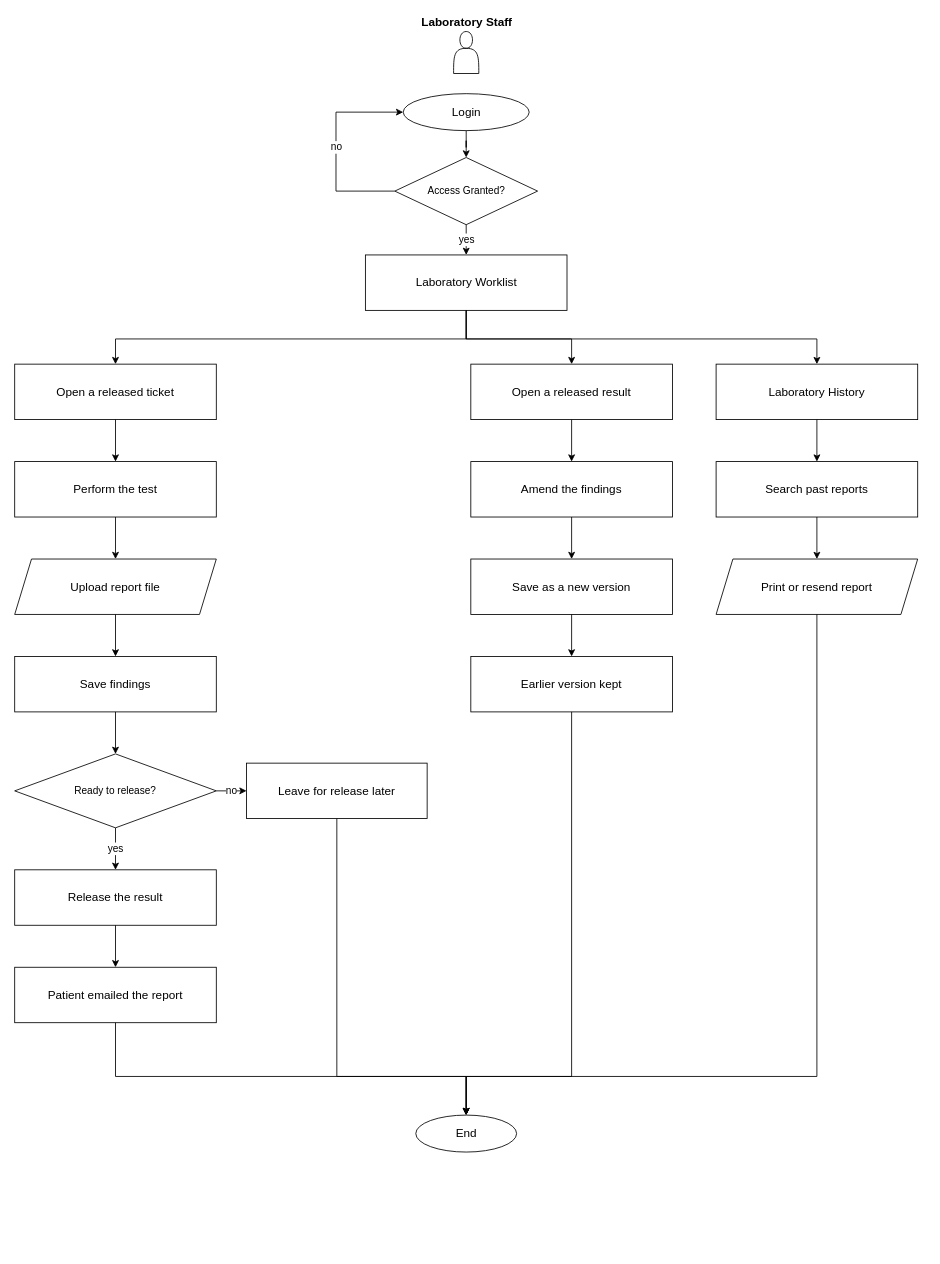
Before: page "Laboratory" (5 of 8) of docs/diagrams/flowcharts.drawio in Diazzzz-cpu/Enlogada-Clinic-Management-System, a draw.io diagram. Source tidied: cells renumbered, new cells numbered last; positions are measured from the earlier drawing's top-left corner, leaving out a move shared by most shapes. Both pictures are drawn from the tidied source at 84%, with x=0, y=0 at pixel (14, 31).
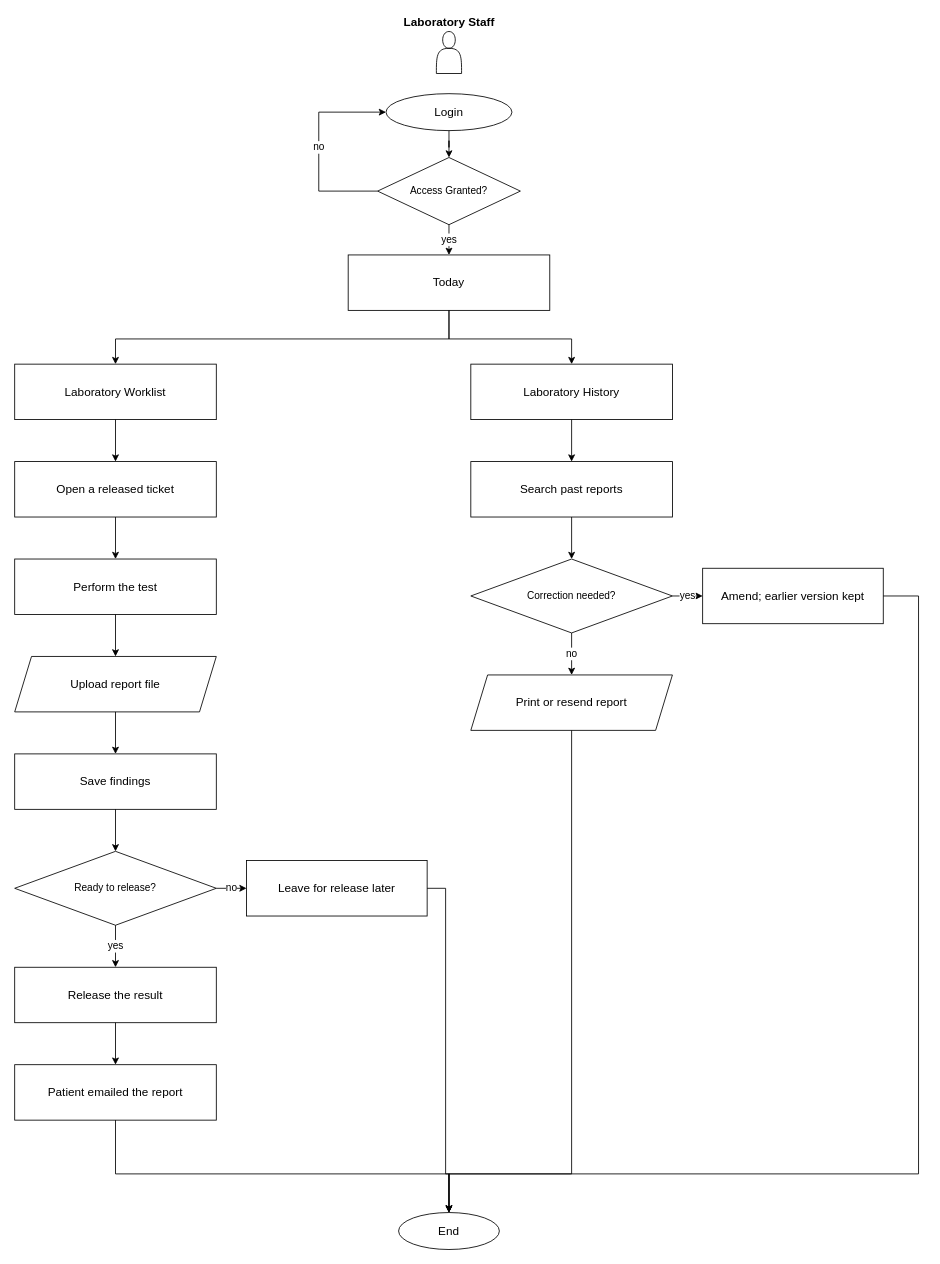
After the change.

Change to the diagram source:
```diff
@@
     <mxCell id="2" value="Laboratory Staff" style="shape=actor;fillColor=none;strokeColor=#000000;html=1;verticalLabelPosition=top;verticalAlign=bottom;fontFamily=Helvetica;fontSize=14;fontColor=#000000;fontStyle=1;" parent="1" vertex="1">
-      <mxGeometry x="522.5" width="30" height="50" as="geometry" />
+      <mxGeometry x="502" width="30" height="50" as="geometry" />
     </mxCell>
     <mxCell id="3" value="Login" style="ellipse;whiteSpace=wrap;html=1;fontFamily=Helvetica;fontSize=14;fontColor=#000000;strokeColor=#000000;" parent="1" vertex="1">
-      <mxGeometry x="462.5" y="74" width="150" height="44" as="geometry" />
+      <mxGeometry x="442" y="74" width="150" height="44" as="geometry" />
     </mxCell>
     <mxCell id="4" value="Access Granted?" style="rhombus;whiteSpace=wrap;html=1;fontFamily=Helvetica;fontSize=12;fontColor=#000000;strokeColor=#000000;" parent="1" vertex="1">
-      <mxGeometry x="452.5" y="150" width="170" height="80" as="geometry" />
+      <mxGeometry x="432" y="150" width="170" height="80" as="geometry" />
     </mxCell>
-    <mxCell id="5" value="Laboratory Worklist" style="rounded=0;whiteSpace=wrap;html=1;fontFamily=Helvetica;fontSize=14;fontColor=#000000;strokeColor=#000000;" parent="1" vertex="1">
-      <mxGeometry x="417.5" y="266" width="240" height="66" as="geometry" />
+    <mxCell id="5" value="Today" style="rounded=0;whiteSpace=wrap;html=1;fontFamily=Helvetica;fontSize=14;fontColor=#000000;strokeColor=#000000;" parent="1" vertex="1">
+      <mxGeometry x="397" y="266" width="240" height="66" as="geometry" />
     </mxCell>
@@
     <mxCell id="8" value="no" style="edgeStyle=orthogonalEdgeStyle;rounded=0;html=1;jettySize=auto;fontFamily=Helvetica;fontSize=12;fontColor=#000000;strokeColor=#000000;exitX=0;exitY=0.5;exitDx=0;exitDy=0;entryX=0;entryY=0.5;entryDx=0;entryDy=0;" parent="1" edge="1" source="4" target="3">
       <mxGeometry relative="1" as="geometry">
         <Array as="points">
-          <mxPoint x="382.5" y="190" />
-          <mxPoint x="382.5" y="96" />
+          <mxPoint x="362" y="190" />
+          <mxPoint x="362" y="96" />
         </Array>
       </mxGeometry>
     </mxCell>
-    <mxCell id="9" value="Open a released ticket" style="rounded=0;whiteSpace=wrap;html=1;fontFamily=Helvetica;fontSize=14;fontColor=#000000;strokeColor=#000000;" parent="1" vertex="1">
+    <mxCell id="9" value="Laboratory Worklist" style="rounded=0;whiteSpace=wrap;html=1;fontFamily=Helvetica;fontSize=14;fontColor=#000000;strokeColor=#000000;" parent="1" vertex="1">
       <mxGeometry y="396" width="240" height="66" as="geometry" />
     </mxCell>
-    <mxCell id="10" value="Perform the test" style="rounded=0;whiteSpace=wrap;html=1;fontFamily=Helvetica;fontSize=14;fontColor=#000000;strokeColor=#000000;" parent="1" vertex="1">
+    <mxCell id="10" value="Open a released ticket" style="rounded=0;whiteSpace=wrap;html=1;fontFamily=Helvetica;fontSize=14;fontColor=#000000;strokeColor=#000000;" parent="1" vertex="1">
       <mxGeometry y="512" width="240" height="66" as="geometry" />
     </mxCell>
-    <mxCell id="11" value="Upload report file" style="shape=parallelogram;perimeter=parallelogramPerimeter;whiteSpace=wrap;html=1;fixedSize=1;fontFamily=Helvetica;fontSize=14;fontColor=#000000;strokeColor=#000000;" parent="1" vertex="1">
+    <mxCell id="11" value="Perform the test" style="rounded=0;whiteSpace=wrap;html=1;fontFamily=Helvetica;fontSize=14;fontColor=#000000;strokeColor=#000000;" parent="1" vertex="1">
       <mxGeometry y="628" width="240" height="66" as="geometry" />
     </mxCell>
-    <mxCell id="12" value="Save findings" style="rounded=0;whiteSpace=wrap;html=1;fontFamily=Helvetica;fontSize=14;fontColor=#000000;strokeColor=#000000;" parent="1" vertex="1">
+    <mxCell id="12" value="Upload report file" style="shape=parallelogram;perimeter=parallelogramPerimeter;whiteSpace=wrap;html=1;fixedSize=1;fontFamily=Helvetica;fontSize=14;fontColor=#000000;strokeColor=#000000;" parent="1" vertex="1">
       <mxGeometry y="744" width="240" height="66" as="geometry" />
     </mxCell>
-    <mxCell id="13" value="Ready to release?" style="rhombus;whiteSpace=wrap;html=1;fontFamily=Helvetica;fontSize=12;fontColor=#000000;strokeColor=#000000;" parent="1" vertex="1">
-      <mxGeometry y="860" width="240" height="88" as="geometry" />
+    <mxCell id="13" value="Save findings" style="rounded=0;whiteSpace=wrap;html=1;fontFamily=Helvetica;fontSize=14;fontColor=#000000;strokeColor=#000000;" parent="1" vertex="1">
+      <mxGeometry y="860" width="240" height="66" as="geometry" />
     </mxCell>
-    <mxCell id="14" value="Release the result" style="rounded=0;whiteSpace=wrap;html=1;fontFamily=Helvetica;fontSize=14;fontColor=#000000;strokeColor=#000000;" parent="1" vertex="1">
-      <mxGeometry y="998" width="240" height="66" as="geometry" />
+    <mxCell id="14" value="Ready to release?" style="rhombus;whiteSpace=wrap;html=1;fontFamily=Helvetica;fontSize=12;fontColor=#000000;strokeColor=#000000;" parent="1" vertex="1">
+      <mxGeometry y="976" width="240" height="88" as="geometry" />
     </mxCell>
-    <mxCell id="15" value="Patient emailed the report" style="rounded=0;whiteSpace=wrap;html=1;fontFamily=Helvetica;fontSize=14;fontColor=#000000;strokeColor=#000000;" parent="1" vertex="1">
+    <mxCell id="15" value="Release the result" style="rounded=0;whiteSpace=wrap;html=1;fontFamily=Helvetica;fontSize=14;fontColor=#000000;strokeColor=#000000;" parent="1" vertex="1">
       <mxGeometry y="1114" width="240" height="66" as="geometry" />
     </mxCell>
-    <mxCell id="16" style="edgeStyle=orthogonalEdgeStyle;rounded=0;html=1;jettySize=auto;fontFamily=Helvetica;fontSize=12;fontColor=#000000;strokeColor=#000000;exitX=0.5;exitY=1;exitDx=0;exitDy=0;entryX=0.5;entryY=0;entryDx=0;entryDy=0;" parent="1" edge="1" source="5" target="9">
-      <mxGeometry relative="1" as="geometry">
-        <Array as="points">
-          <mxPoint x="537.5" y="366" />
-          <mxPoint x="120" y="366" />
-        </Array>
-      </mxGeometry>
-    </mxCell>
+    <mxCell id="44" value="Patient emailed the report" style="rounded=0;whiteSpace=wrap;html=1;fontFamily=Helvetica;fontSize=14;fontColor=#000000;strokeColor=#000000;" parent="1" vertex="1">
+      <mxGeometry y="1230" width="240" height="66" as="geometry" />
+    </mxCell>
-    <mxCell id="17" style="edgeStyle=orthogonalEdgeStyle;rounded=0;html=1;jettySize=auto;fontFamily=Helvetica;fontSize=12;fontColor=#000000;strokeColor=#000000;" parent="1" edge="1" source="9" target="10">
-      <mxGeometry relative="1" as="geometry" />
+    <mxCell id="17" style="edgeStyle=orthogonalEdgeStyle;rounded=0;html=1;jettySize=auto;fontFamily=Helvetica;fontSize=12;fontColor=#000000;strokeColor=#000000;exitX=0.5;exitY=1;exitDx=0;exitDy=0;entryX=0.5;entryY=0;entryDx=0;entryDy=0;" parent="1" edge="1" source="5" target="9">
+      <mxGeometry relative="1" as="geometry">
+        <Array as="points">
+          <mxPoint x="517" y="366" />
+          <mxPoint x="120" y="366" />
+        </Array>
+      </mxGeometry>
     </mxCell>
-    <mxCell id="18" style="edgeStyle=orthogonalEdgeStyle;rounded=0;html=1;jettySize=auto;fontFamily=Helvetica;fontSize=12;fontColor=#000000;strokeColor=#000000;" parent="1" edge="1" source="10" target="11">
+    <mxCell id="18" style="edgeStyle=orthogonalEdgeStyle;rounded=0;html=1;jettySize=auto;fontFamily=Helvetica;fontSize=12;fontColor=#000000;strokeColor=#000000;" parent="1" edge="1" source="9" target="10">
       <mxGeometry relative="1" as="geometry" />
     </mxCell>
-    <mxCell id="19" style="edgeStyle=orthogonalEdgeStyle;rounded=0;html=1;jettySize=auto;fontFamily=Helvetica;fontSize=12;fontColor=#000000;strokeColor=#000000;" parent="1" edge="1" source="11" target="12">
+    <mxCell id="19" style="edgeStyle=orthogonalEdgeStyle;rounded=0;html=1;jettySize=auto;fontFamily=Helvetica;fontSize=12;fontColor=#000000;strokeColor=#000000;" parent="1" edge="1" source="10" target="11">
       <mxGeometry relative="1" as="geometry" />
     </mxCell>
-    <mxCell id="20" style="edgeStyle=orthogonalEdgeStyle;rounded=0;html=1;jettySize=auto;fontFamily=Helvetica;fontSize=12;fontColor=#000000;strokeColor=#000000;" parent="1" edge="1" source="12" target="13">
+    <mxCell id="20" style="edgeStyle=orthogonalEdgeStyle;rounded=0;html=1;jettySize=auto;fontFamily=Helvetica;fontSize=12;fontColor=#000000;strokeColor=#000000;" parent="1" edge="1" source="11" target="12">
       <mxGeometry relative="1" as="geometry" />
     </mxCell>
+    <mxCell id="45" style="edgeStyle=orthogonalEdgeStyle;rounded=0;html=1;jettySize=auto;fontFamily=Helvetica;fontSize=12;fontColor=#000000;strokeColor=#000000;" parent="1" edge="1" source="12" target="13">
+      <mxGeometry relative="1" as="geometry" />
+    </mxCell>
+    <mxCell id="22" style="edgeStyle=orthogonalEdgeStyle;rounded=0;html=1;jettySize=auto;fontFamily=Helvetica;fontSize=12;fontColor=#000000;strokeColor=#000000;" parent="1" edge="1" source="13" target="14">
+      <mxGeometry relative="1" as="geometry" />
+    </mxCell>
     <mxCell id="21" value="Leave for release later" style="rounded=0;whiteSpace=wrap;html=1;fontFamily=Helvetica;fontSize=14;fontColor=#000000;strokeColor=#000000;" parent="1" vertex="1">
-      <mxGeometry x="276" y="871" width="215" height="66" as="geometry" />
+      <mxGeometry x="276" y="987" width="215" height="66" as="geometry" />
     </mxCell>
-    <mxCell id="22" value="no" style="edgeStyle=orthogonalEdgeStyle;rounded=0;html=1;jettySize=auto;fontFamily=Helvetica;fontSize=12;fontColor=#000000;strokeColor=#000000;" parent="1" edge="1" source="13" target="21">
-      <mxGeometry relative="1" as="geometry" />
-    </mxCell>
-    <mxCell id="23" value="yes" style="edgeStyle=orthogonalEdgeStyle;rounded=0;html=1;jettySize=auto;fontFamily=Helvetica;fontSize=12;fontColor=#000000;strokeColor=#000000;" parent="1" edge="1" source="13" target="14">
-      <mxGeometry relative="1" as="geometry" />
-    </mxCell>
-    <mxCell id="24" style="edgeStyle=orthogonalEdgeStyle;rounded=0;html=1;jettySize=auto;fontFamily=Helvetica;fontSize=12;fontColor=#000000;strokeColor=#000000;" parent="1" edge="1" source="14" target="15">
+    <mxCell id="24" value="no" style="edgeStyle=orthogonalEdgeStyle;rounded=0;html=1;jettySize=auto;fontFamily=Helvetica;fontSize=12;fontColor=#000000;strokeColor=#000000;" parent="1" edge="1" source="14" target="21">
       <mxGeometry relative="1" as="geometry" />
     </mxCell>
-    <mxCell id="25" value="Open a released result" style="rounded=0;whiteSpace=wrap;html=1;fontFamily=Helvetica;fontSize=14;fontColor=#000000;strokeColor=#000000;" parent="1" vertex="1">
-      <mxGeometry x="543" y="396" width="240" height="66" as="geometry" />
-    </mxCell>
-    <mxCell id="26" value="Amend the findings" style="rounded=0;whiteSpace=wrap;html=1;fontFamily=Helvetica;fontSize=14;fontColor=#000000;strokeColor=#000000;" parent="1" vertex="1">
-      <mxGeometry x="543" y="512" width="240" height="66" as="geometry" />
-    </mxCell>
+    <mxCell id="46" value="yes" style="edgeStyle=orthogonalEdgeStyle;rounded=0;html=1;jettySize=auto;fontFamily=Helvetica;fontSize=12;fontColor=#000000;strokeColor=#000000;" parent="1" edge="1" source="14" target="15">
+      <mxGeometry relative="1" as="geometry" />
+    </mxCell>
+    <mxCell id="47" style="edgeStyle=orthogonalEdgeStyle;rounded=0;html=1;jettySize=auto;fontFamily=Helvetica;fontSize=12;fontColor=#000000;strokeColor=#000000;" parent="1" edge="1" source="15" target="44">
+      <mxGeometry relative="1" as="geometry" />
+    </mxCell>
-    <mxCell id="27" value="Save as a new version" style="rounded=0;whiteSpace=wrap;html=1;fontFamily=Helvetica;fontSize=14;fontColor=#000000;strokeColor=#000000;" parent="1" vertex="1">
-      <mxGeometry x="543" y="628" width="240" height="66" as="geometry" />
+    <mxCell id="27" value="Laboratory History" style="rounded=0;whiteSpace=wrap;html=1;fontFamily=Helvetica;fontSize=14;fontColor=#000000;strokeColor=#000000;" parent="1" vertex="1">
+      <mxGeometry x="543" y="396" width="240" height="66" as="geometry" />
     </mxCell>
-    <mxCell id="28" value="Earlier version kept" style="rounded=0;whiteSpace=wrap;html=1;fontFamily=Helvetica;fontSize=14;fontColor=#000000;strokeColor=#000000;" parent="1" vertex="1">
-      <mxGeometry x="543" y="744" width="240" height="66" as="geometry" />
+    <mxCell id="28" value="Search past reports" style="rounded=0;whiteSpace=wrap;html=1;fontFamily=Helvetica;fontSize=14;fontColor=#000000;strokeColor=#000000;" parent="1" vertex="1">
+      <mxGeometry x="543" y="512" width="240" height="66" as="geometry" />
     </mxCell>
-    <mxCell id="29" style="edgeStyle=orthogonalEdgeStyle;rounded=0;html=1;jettySize=auto;fontFamily=Helvetica;fontSize=12;fontColor=#000000;strokeColor=#000000;exitX=0.5;exitY=1;exitDx=0;exitDy=0;entryX=0.5;entryY=0;entryDx=0;entryDy=0;" parent="1" edge="1" source="5" target="25">
-      <mxGeometry relative="1" as="geometry">
-        <Array as="points">
-          <mxPoint x="537.5" y="366" />
-          <mxPoint x="663" y="366" />
-        </Array>
-      </mxGeometry>
-    </mxCell>
-    <mxCell id="30" style="edgeStyle=orthogonalEdgeStyle;rounded=0;html=1;jettySize=auto;fontFamily=Helvetica;fontSize=12;fontColor=#000000;strokeColor=#000000;" parent="1" edge="1" source="25" target="26">
-      <mxGeometry relative="1" as="geometry" />
-    </mxCell>
+    <mxCell id="48" value="Correction needed?" style="rhombus;whiteSpace=wrap;html=1;fontFamily=Helvetica;fontSize=12;fontColor=#000000;strokeColor=#000000;" parent="1" vertex="1">
+      <mxGeometry x="543" y="628" width="240" height="88" as="geometry" />
+    </mxCell>
+    <mxCell id="35" value="Print or resend report" style="shape=parallelogram;perimeter=parallelogramPerimeter;whiteSpace=wrap;html=1;fixedSize=1;fontFamily=Helvetica;fontSize=14;fontColor=#000000;strokeColor=#000000;" parent="1" vertex="1">
+      <mxGeometry x="543" y="766" width="240" height="66" as="geometry" />
+    </mxCell>
-    <mxCell id="31" style="edgeStyle=orthogonalEdgeStyle;rounded=0;html=1;jettySize=auto;fontFamily=Helvetica;fontSize=12;fontColor=#000000;strokeColor=#000000;" parent="1" edge="1" source="26" target="27">
-      <mxGeometry relative="1" as="geometry" />
+    <mxCell id="31" style="edgeStyle=orthogonalEdgeStyle;rounded=0;html=1;jettySize=auto;fontFamily=Helvetica;fontSize=12;fontColor=#000000;strokeColor=#000000;exitX=0.5;exitY=1;exitDx=0;exitDy=0;entryX=0.5;entryY=0;entryDx=0;entryDy=0;" parent="1" edge="1" source="5" target="27">
+      <mxGeometry relative="1" as="geometry">
+        <Array as="points">
+          <mxPoint x="517" y="366" />
+          <mxPoint x="663" y="366" />
+        </Array>
+      </mxGeometry>
     </mxCell>
@@
-    <mxCell id="33" value="Laboratory History" style="rounded=0;whiteSpace=wrap;html=1;fontFamily=Helvetica;fontSize=14;fontColor=#000000;strokeColor=#000000;" parent="1" vertex="1">
-      <mxGeometry x="835" y="396" width="240" height="66" as="geometry" />
-    </mxCell>
+    <mxCell id="49" style="edgeStyle=orthogonalEdgeStyle;rounded=0;html=1;jettySize=auto;fontFamily=Helvetica;fontSize=12;fontColor=#000000;strokeColor=#000000;" parent="1" edge="1" source="28" target="48">
+      <mxGeometry relative="1" as="geometry" />
+    </mxCell>
-    <mxCell id="34" value="Search past reports" style="rounded=0;whiteSpace=wrap;html=1;fontFamily=Helvetica;fontSize=14;fontColor=#000000;strokeColor=#000000;" parent="1" vertex="1">
-      <mxGeometry x="835" y="512" width="240" height="66" as="geometry" />
+    <mxCell id="34" value="Amend; earlier version kept" style="rounded=0;whiteSpace=wrap;html=1;fontFamily=Helvetica;fontSize=14;fontColor=#000000;strokeColor=#000000;" parent="1" vertex="1">
+      <mxGeometry x="819" y="639" width="215" height="66" as="geometry" />
     </mxCell>
-    <mxCell id="35" value="Print or resend report" style="shape=parallelogram;perimeter=parallelogramPerimeter;whiteSpace=wrap;html=1;fixedSize=1;fontFamily=Helvetica;fontSize=14;fontColor=#000000;strokeColor=#000000;" parent="1" vertex="1">
-      <mxGeometry x="835" y="628" width="240" height="66" as="geometry" />
-    </mxCell>
+    <mxCell id="50" value="yes" style="edgeStyle=orthogonalEdgeStyle;rounded=0;html=1;jettySize=auto;fontFamily=Helvetica;fontSize=12;fontColor=#000000;strokeColor=#000000;" parent="1" edge="1" source="48" target="34">
+      <mxGeometry relative="1" as="geometry" />
+    </mxCell>
-    <mxCell id="36" style="edgeStyle=orthogonalEdgeStyle;rounded=0;html=1;jettySize=auto;fontFamily=Helvetica;fontSize=12;fontColor=#000000;strokeColor=#000000;exitX=0.5;exitY=1;exitDx=0;exitDy=0;entryX=0.5;entryY=0;entryDx=0;entryDy=0;" parent="1" edge="1" source="5" target="33">
-      <mxGeometry relative="1" as="geometry">
-        <Array as="points">
-          <mxPoint x="537.5" y="366" />
-          <mxPoint x="955" y="366" />
-        </Array>
-      </mxGeometry>
+    <mxCell id="36" value="no" style="edgeStyle=orthogonalEdgeStyle;rounded=0;html=1;jettySize=auto;fontFamily=Helvetica;fontSize=12;fontColor=#000000;strokeColor=#000000;" parent="1" edge="1" source="48" target="35">
+      <mxGeometry relative="1" as="geometry" />
     </mxCell>
-    <mxCell id="37" style="edgeStyle=orthogonalEdgeStyle;rounded=0;html=1;jettySize=auto;fontFamily=Helvetica;fontSize=12;fontColor=#000000;strokeColor=#000000;" parent="1" edge="1" source="33" target="34">
-      <mxGeometry relative="1" as="geometry" />
-    </mxCell>
+    <mxCell id="39" value="End" style="ellipse;whiteSpace=wrap;html=1;fontFamily=Helvetica;fontSize=14;fontColor=#000000;strokeColor=#000000;" parent="1" vertex="1">
+      <mxGeometry x="457" y="1406" width="120" height="44" as="geometry" />
+    </mxCell>
-    <mxCell id="38" style="edgeStyle=orthogonalEdgeStyle;rounded=0;html=1;jettySize=auto;fontFamily=Helvetica;fontSize=12;fontColor=#000000;strokeColor=#000000;" parent="1" edge="1" source="34" target="35">
-      <mxGeometry relative="1" as="geometry" />
+    <mxCell id="38" style="edgeStyle=orthogonalEdgeStyle;rounded=0;html=1;jettySize=auto;fontFamily=Helvetica;fontSize=12;fontColor=#000000;strokeColor=#000000;exitX=0.5;exitY=1;exitDx=0;exitDy=0;" parent="1" edge="1" source="44" target="39">
+      <mxGeometry relative="1" as="geometry">
+        <Array as="points">
+          <mxPoint x="120" y="1360" />
+        </Array>
+      </mxGeometry>
     </mxCell>
-    <mxCell id="39" value="End" style="ellipse;whiteSpace=wrap;html=1;fontFamily=Helvetica;fontSize=14;fontColor=#000000;strokeColor=#000000;" parent="1" vertex="1">
-      <mxGeometry x="477.5" y="1290" width="120" height="44" as="geometry" />
-    </mxCell>
+    <mxCell id="42" style="edgeStyle=orthogonalEdgeStyle;rounded=0;html=1;jettySize=auto;fontFamily=Helvetica;fontSize=12;fontColor=#000000;strokeColor=#000000;exitX=0.5;exitY=1;exitDx=0;exitDy=0;" parent="1" edge="1" source="35" target="39">
+      <mxGeometry relative="1" as="geometry">
+        <Array as="points">
+          <mxPoint x="663" y="1360" />
+        </Array>
+      </mxGeometry>
+    </mxCell>
-    <mxCell id="40" style="edgeStyle=orthogonalEdgeStyle;rounded=0;html=1;jettySize=auto;fontFamily=Helvetica;fontSize=12;fontColor=#000000;strokeColor=#000000;exitX=0.5;exitY=1;exitDx=0;exitDy=0;" parent="1" edge="1" source="15" target="39">
+    <mxCell id="40" style="edgeStyle=orthogonalEdgeStyle;rounded=0;html=1;jettySize=auto;fontFamily=Helvetica;fontSize=12;fontColor=#000000;strokeColor=#000000;exitX=1;exitY=0.5;exitDx=0;exitDy=0;" parent="1" edge="1" source="21" target="39">
       <mxGeometry relative="1" as="geometry">
         <Array as="points">
-          <mxPoint x="120" y="1244" />
+          <mxPoint x="513" y="1020" />
+          <mxPoint x="513" y="1360" />
         </Array>
       </mxGeometry>
     </mxCell>
-    <mxCell id="41" style="edgeStyle=orthogonalEdgeStyle;rounded=0;html=1;jettySize=auto;fontFamily=Helvetica;fontSize=12;fontColor=#000000;strokeColor=#000000;exitX=0.5;exitY=1;exitDx=0;exitDy=0;" parent="1" edge="1" source="28" target="39">
+    <mxCell id="41" style="edgeStyle=orthogonalEdgeStyle;rounded=0;html=1;jettySize=auto;fontFamily=Helvetica;fontSize=12;fontColor=#000000;strokeColor=#000000;exitX=1;exitY=0.5;exitDx=0;exitDy=0;" parent="1" edge="1" source="34" target="39">
       <mxGeometry relative="1" as="geometry">
         <Array as="points">
-          <mxPoint x="663" y="1244" />
+          <mxPoint x="1076" y="672" />
+          <mxPoint x="1076" y="1360" />
         </Array>
       </mxGeometry>
     </mxCell>
-    <mxCell id="42" style="edgeStyle=orthogonalEdgeStyle;rounded=0;html=1;jettySize=auto;fontFamily=Helvetica;fontSize=12;fontColor=#000000;strokeColor=#000000;exitX=0.5;exitY=1;exitDx=0;exitDy=0;" parent="1" edge="1" source="35" target="39">
-      <mxGeometry relative="1" as="geometry">
-        <Array as="points">
-          <mxPoint x="955" y="1244" />
-        </Array>
-      </mxGeometry>
-    </mxCell>
-    <mxCell id="43" style="edgeStyle=orthogonalEdgeStyle;rounded=0;html=1;jettySize=auto;fontFamily=Helvetica;fontSize=12;fontColor=#000000;strokeColor=#000000;exitX=0.5;exitY=1;exitDx=0;exitDy=0;" parent="1" edge="1" source="21" target="39">
-      <mxGeometry relative="1" as="geometry">
-        <Array as="points">
-          <mxPoint x="383.5" y="1244" />
-        </Array>
-      </mxGeometry>
-    </mxCell>
```
